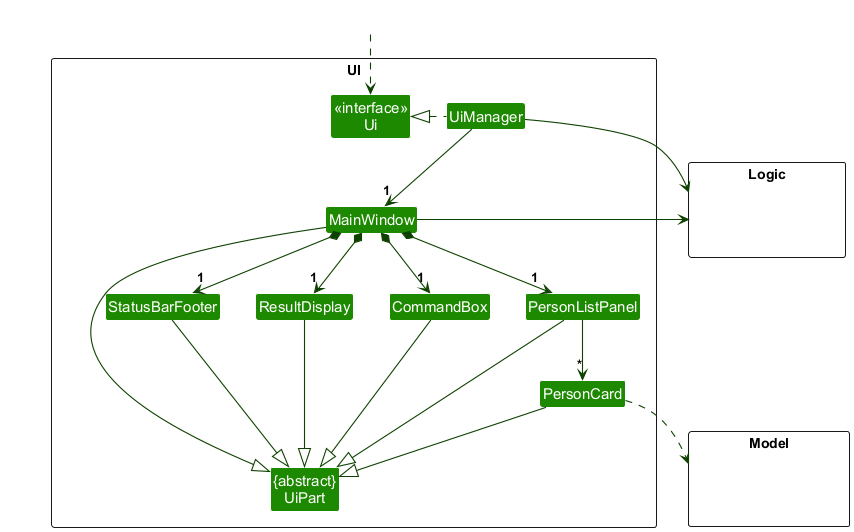
Before: docs/images/UiClassDiagram.png, a diagram exported from PlantUML (AY2627S1-CS2103T-F13-3/tp). Its diagram source:
```plantuml
@startuml
!include style.puml
skinparam arrowThickness 1.1
skinparam arrowColor UI_COLOR_T4
skinparam classBackgroundColor UI_COLOR

package UI <<Rectangle>>{
Class "<<interface>>\nUi" as Ui
Class "{abstract}\nUiPart" as UiPart
Class UiManager
Class MainWindow
Class ResultDisplay
Class PersonListPanel
Class PersonCard
Class StatusBarFooter
Class CommandBox
}

package Model <<Rectangle>> {
Class HiddenModel #FFFFFF
}

package Logic <<Rectangle>> {
Class HiddenLogic #FFFFFF
}

Class HiddenOutside #FFFFFF
HiddenOutside ..> Ui

UiManager .left.|> Ui
UiManager -down-> "1" MainWindow
MainWindow *-down->  "1" CommandBox
MainWindow *-down-> "1" ResultDisplay
MainWindow *-down-> "1" PersonListPanel
MainWindow *-down-> "1" StatusBarFooter

PersonListPanel -down-> "*" PersonCard

MainWindow -left-|> UiPart

ResultDisplay --|> UiPart
CommandBox --|> UiPart
PersonListPanel --|> UiPart
PersonCard --|> UiPart
StatusBarFooter --|> UiPart

PersonCard ..> Model
UiManager -right-> Logic
MainWindow -left-> Logic

PersonListPanel -[hidden]left- CommandBox
CommandBox -[hidden]left- ResultDisplay
ResultDisplay -[hidden]left- StatusBarFooter

MainWindow -[hidden]-|> UiPart
@enduml
```
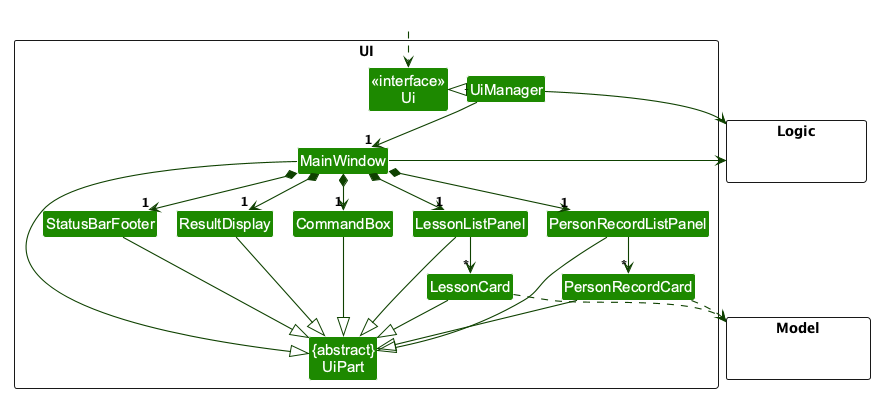
After the change.

What changed in the source:
```diff
@@ -1,4 +1,5 @@
 @startuml
+!pragma layout smetana
 !include style.puml
 skinparam arrowThickness 1.1
 skinparam arrowColor UI_COLOR_T4
@@ -10,8 +11,10 @@
 Class UiManager
 Class MainWindow
 Class ResultDisplay
-Class PersonListPanel
-Class PersonCard
+Class PersonRecordListPanel
+Class PersonRecordCard
+Class LessonListPanel
+Class LessonCard
 Class StatusBarFooter
 Class CommandBox
 }
@@ -31,24 +34,29 @@
 UiManager -down-> "1" MainWindow
 MainWindow *-down->  "1" CommandBox
 MainWindow *-down-> "1" ResultDisplay
-MainWindow *-down-> "1" PersonListPanel
+MainWindow *-down-> "1" PersonRecordListPanel
+MainWindow *-down-> "1" LessonListPanel
 MainWindow *-down-> "1" StatusBarFooter
 
-PersonListPanel -down-> "*" PersonCard
+PersonRecordListPanel -down-> "*" PersonRecordCard
+LessonListPanel -down-> "*" LessonCard
 
 MainWindow -left-|> UiPart
 
 ResultDisplay --|> UiPart
 CommandBox --|> UiPart
-PersonListPanel --|> UiPart
-PersonCard --|> UiPart
+PersonRecordListPanel --|> UiPart
+PersonRecordCard --|> UiPart
+LessonListPanel --|> UiPart
+LessonCard --|> UiPart
 StatusBarFooter --|> UiPart
 
-PersonCard ..> Model
+PersonRecordCard ..> Model
+LessonCard ..> Model
 UiManager -right-> Logic
 MainWindow -left-> Logic
 
-PersonListPanel -[hidden]left- CommandBox
+PersonRecordListPanel -[hidden]left- CommandBox
 CommandBox -[hidden]left- ResultDisplay
 ResultDisplay -[hidden]left- StatusBarFooter
 
```
